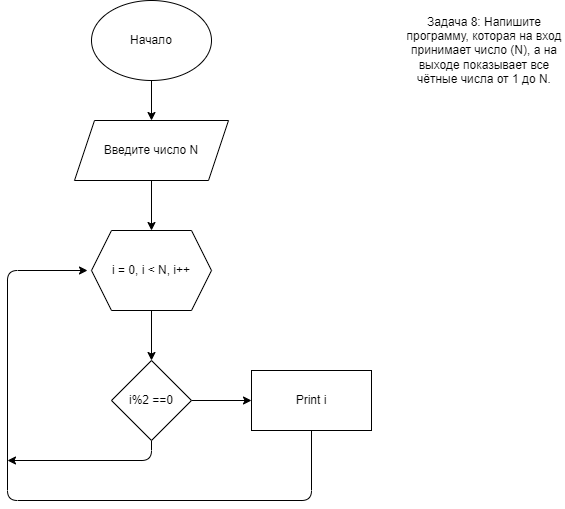
Earlier version of the draw.io export Homework/Homework_01/Ex004/diagramma.drawio.png (dvmax1984/Csharp25022023). Source tidied: cells renumbered, new cells last; positions are measured from the earlier drawing's top-left corner, leaving out a move shared by most shapes.
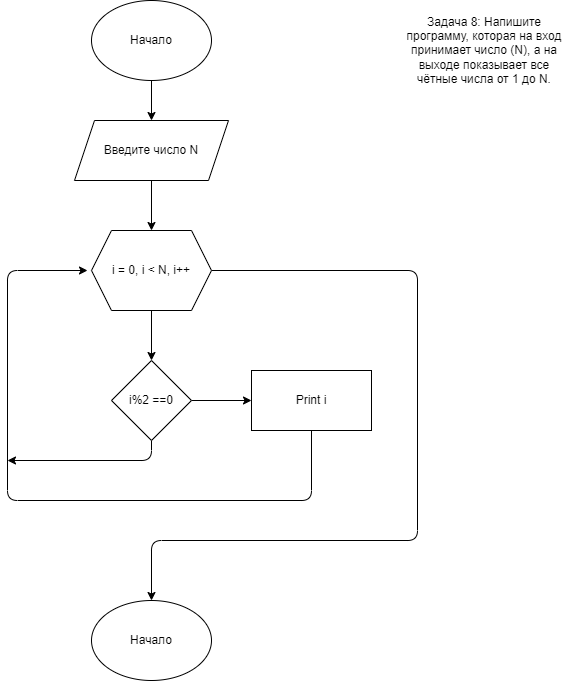
Above is the later version.

What changed in the source:
```diff
@@ -20,6 +20,15 @@
     <mxCell id="7" style="edgeStyle=none;html=1;" parent="1" edge="1" source="8" target="11">
       <mxGeometry relative="1" as="geometry" />
     </mxCell>
+    <mxCell id="14" style="edgeStyle=none;html=1;exitX=1;exitY=0.5;exitDx=0;exitDy=0;entryX=0.5;entryY=0;entryDx=0;entryDy=0;" parent="1" edge="1" source="8" target="15">
+      <mxGeometry relative="1" as="geometry">
+        <Array as="points">
+          <mxPoint x="410" y="270" />
+          <mxPoint x="410" y="540" />
+          <mxPoint x="144" y="540" />
+        </Array>
+      </mxGeometry>
+    </mxCell>
     <mxCell id="8" value="i = 0, i &amp;lt; N, i++" style="shape=hexagon;perimeter=hexagonPerimeter2;whiteSpace=wrap;html=1;fixedSize=1;" parent="1" vertex="1">
       <mxGeometry x="84" y="230" width="120" height="80" as="geometry" />
     </mxCell>
@@ -50,5 +59,8 @@
     <mxCell id="13" value="Print i" style="whiteSpace=wrap;html=1;" parent="1" vertex="1">
       <mxGeometry x="244" y="370" width="120" height="60" as="geometry" />
     </mxCell>
+    <mxCell id="15" value="Начало" style="ellipse;whiteSpace=wrap;html=1;" parent="1" vertex="1">
+      <mxGeometry x="84" y="600" width="120" height="80" as="geometry" />
+    </mxCell>
   </root>
 </mxGraphModel>
```
